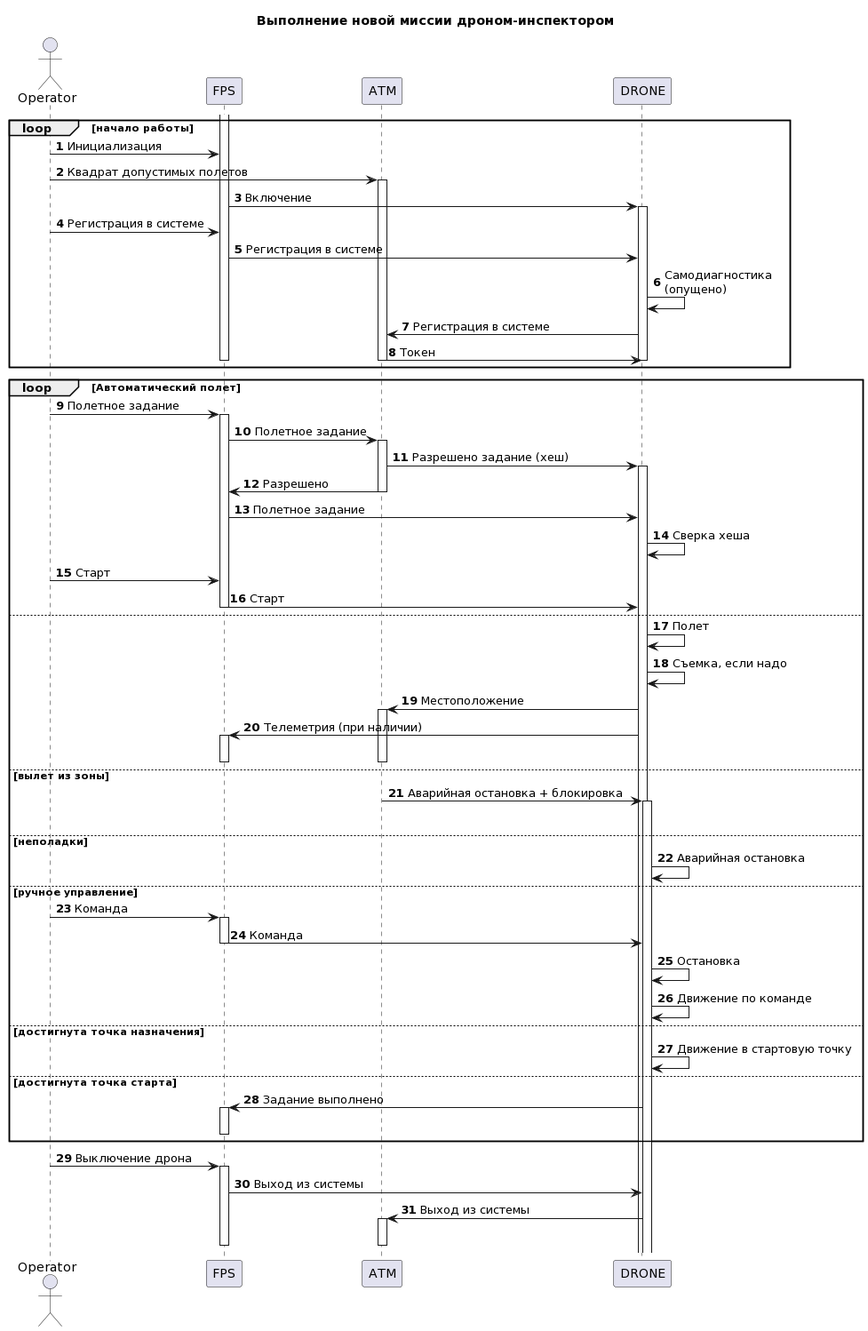
This is docs/images/drone-inspector_sd.png from d33fur/hackathon-cyberimmunity-2.0, a PlantUML export, as it was before one commit. Its diagram source:
```plantuml
@startuml
title "Выполнение новой миссии дроном-инспектором"
actor       Operator as o
participant FPS as fps
participant ATM as atm
participant DRONE as drone

autonumber

loop начало работы
fps++
o -> fps: Инициализация
o -> atm++: Квадрат допустимых полетов
fps -> drone++: Включение
o -> fps: Регистрация в системе
fps -> drone: Регистрация в системе
drone -> drone: Самодиагностика  \n(опущено)
drone -> atm: Регистрация в системе
atm -> drone: Токен
atm--
fps--
drone--
end

loop Автоматический полет
o -> fps++: Полетное задание
fps -> atm++: Полетное задание
atm -> drone++: Разрешено задание (хеш)
atm -> fps: Разрешено
atm--
fps -> drone: Полетное задание
drone -> drone: Сверка хеша
o -> fps--: Старт
fps -> drone--: Старт

else
drone -> drone: Полет
drone -> drone: Съемка, если надо
drone -> atm++: Местоположение
drone -> fps++: Телеметрия (при наличии)
atm--
fps--

else вылет из зоны
drone <- atm++: Аварийная остановка + блокировка
atm--

else неполадки
drone -> drone: Аварийная остановка

else ручное управление
o -> fps++: Команда
fps -> drone: Команда
fps--
drone -> drone: Остановка
drone -> drone: Движение по команде

else достигнута точка назначения
drone -> drone: Движение в стартовую точку

else достигнута точка старта
drone -> fps++: Задание выполнено
fps--

end
o -> fps++: Выключение дрона
fps -> drone: Выход из системы
drone -> atm++: Выход из системы
fps--
atm--
@enduml
```
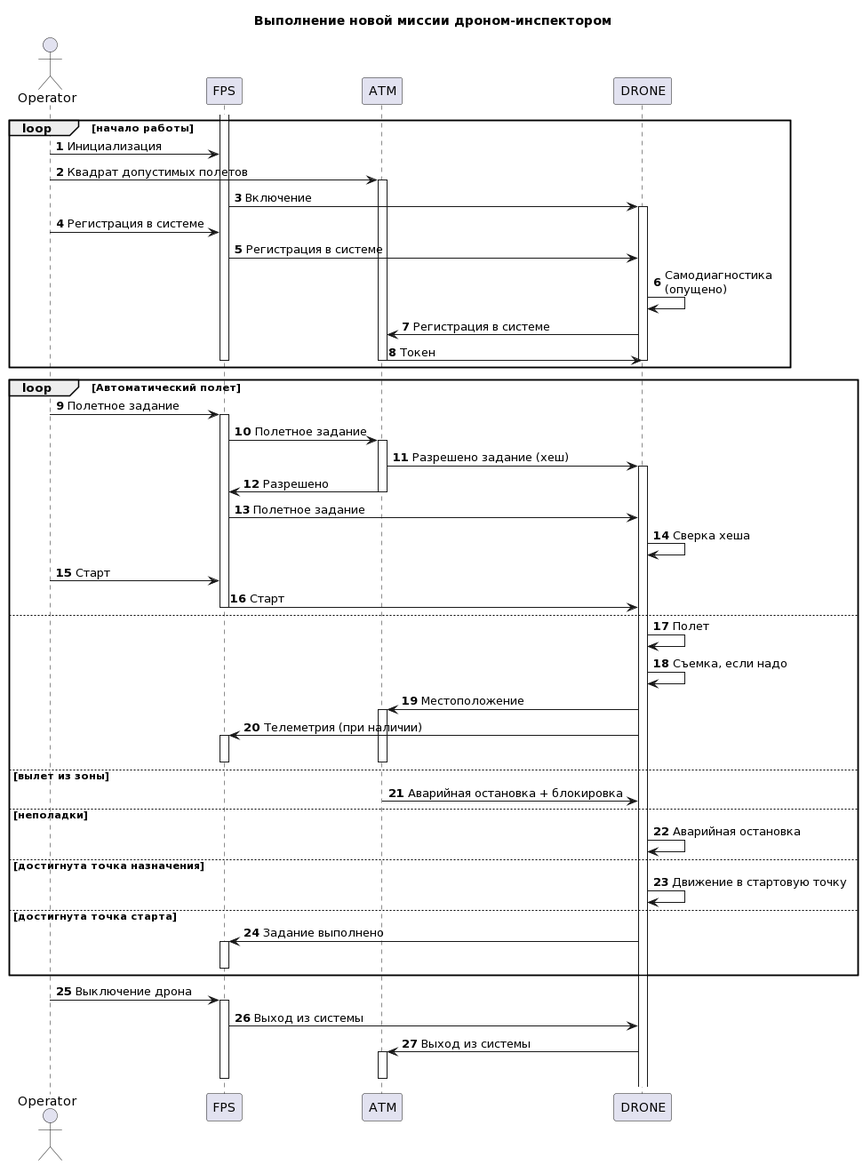
After the commit.

Diff of the diagram source:
```diff
@@ -42,18 +42,11 @@
 fps--
 
 else вылет из зоны
-drone <- atm++: Аварийная остановка + блокировка
+drone <- atm: Аварийная остановка + блокировка
 atm--
 
 else неполадки
 drone -> drone: Аварийная остановка
-
-else ручное управление
-o -> fps++: Команда
-fps -> drone: Команда
-fps--
-drone -> drone: Остановка
-drone -> drone: Движение по команде
 
 else достигнута точка назначения
 drone -> drone: Движение в стартовую точку
```
